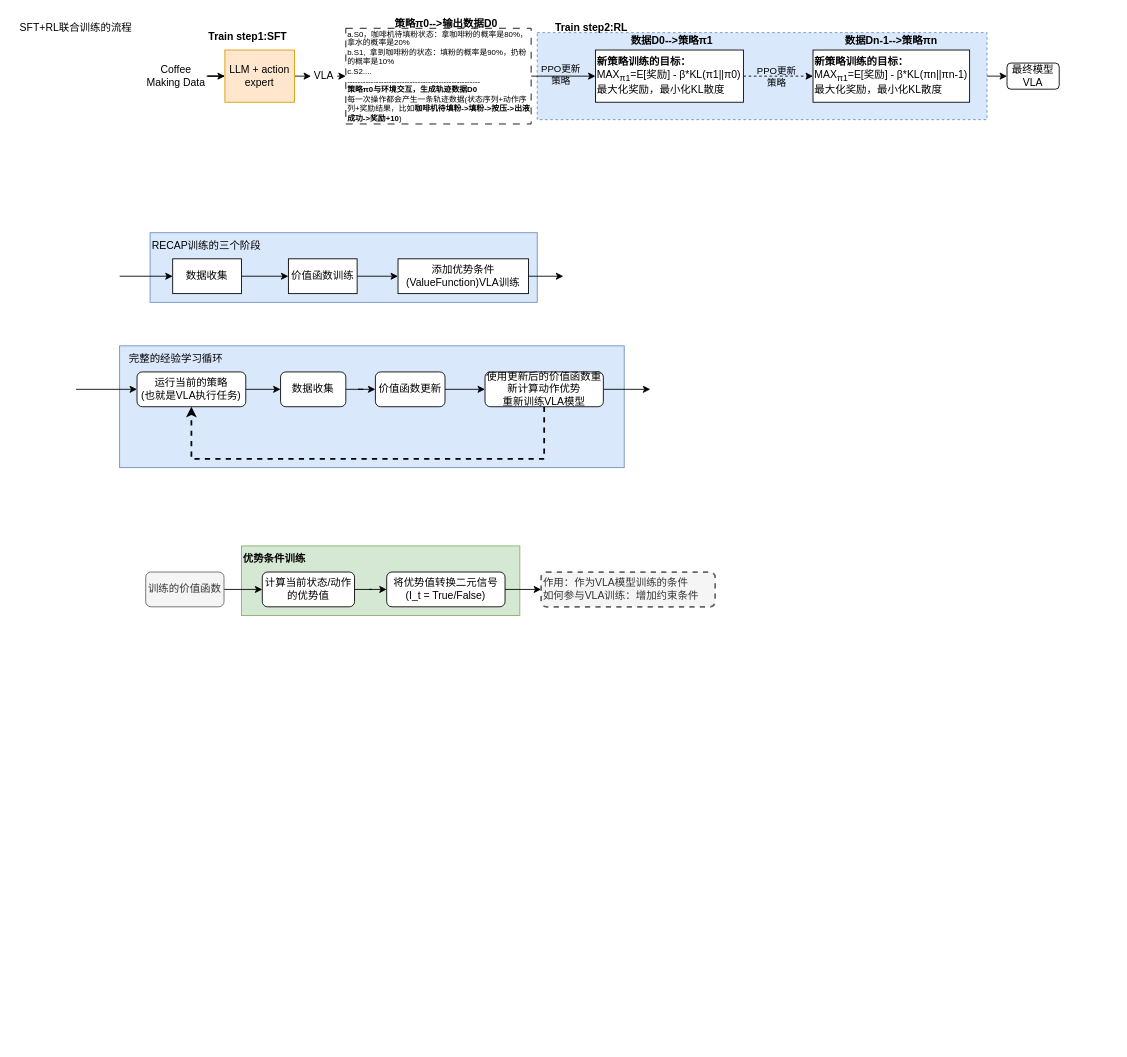
mailonghua/drawio keeps this draw.io diagram as LLM/VLA/π*0.6.drawio. Above is the earlier version. Source tidied: cells renumbered, new cells numbered last; positions are measured from the earlier drawing's top-left corner, leaving out a move shared by most shapes. Both pictures are drawn from the tidied source at 87%, with x=0, y=0 at pixel (15, 15).
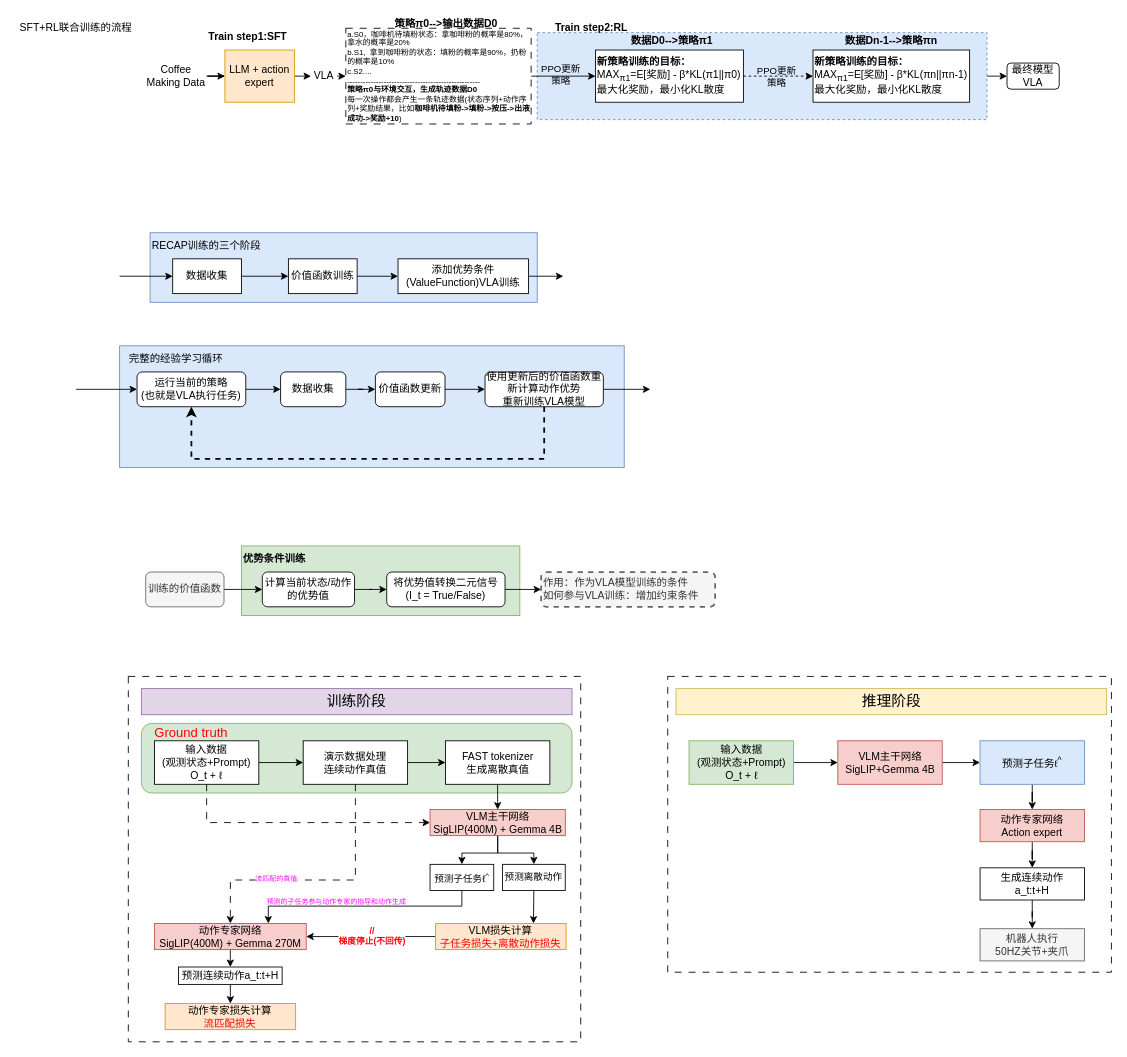
The same page after the edit.

Diff of the diagram source:
```diff
@@
+    <mxCell id="54" style="rounded=0;whiteSpace=wrap;html=1;dashed=1;dashPattern=8 8;" parent="1" vertex="1">
+      <mxGeometry x="750" y="760" width="510" height="340" as="geometry" />
+    </mxCell>
+    <mxCell id="55" style="rounded=0;whiteSpace=wrap;html=1;dashed=1;dashPattern=8 8;" parent="1" vertex="1">
+      <mxGeometry x="130" y="760" width="520" height="420" as="geometry" />
+    </mxCell>
+    <mxCell id="56" style="rounded=1;whiteSpace=wrap;html=1;fillColor=#d5e8d4;strokeColor=#82b366;" parent="1" vertex="1">
+      <mxGeometry x="145" y="814" width="495" height="80" as="geometry" />
+    </mxCell>
@@
+    <mxCell id="57" style="edgeStyle=orthogonalEdgeStyle;rounded=0;jettySize=auto;html=1;" parent="1" edge="1" source="59" target="63">
+      <mxGeometry relative="1" as="geometry" />
+    </mxCell>
+    <mxCell id="58" style="edgeStyle=orthogonalEdgeStyle;rounded=0;jettySize=auto;html=1;exitX=0.5;exitY=1;exitDx=0;exitDy=0;entryX=0;entryY=0.5;entryDx=0;entryDy=0;dashed=1;dashPattern=8 8;" parent="1" edge="1" source="59" target="68">
+      <mxGeometry relative="1" as="geometry" />
+    </mxCell>
+    <mxCell id="59" value="输入数据&lt;br&gt;(观测状态+Prompt)&lt;div&gt;O_t +&amp;nbsp;ℓ&lt;/div&gt;" style="rounded=0;whiteSpace=wrap;html=1;" parent="1" vertex="1">
+      <mxGeometry x="160" y="834" width="120" height="50" as="geometry" />
+    </mxCell>
+    <mxCell id="60" style="edgeStyle=orthogonalEdgeStyle;rounded=0;jettySize=auto;html=1;" parent="1" edge="1" source="63" target="65">
+      <mxGeometry relative="1" as="geometry" />
+    </mxCell>
+    <mxCell id="61" style="edgeStyle=orthogonalEdgeStyle;rounded=0;jettySize=auto;html=1;exitX=0.5;exitY=1;exitDx=0;exitDy=0;entryX=0.5;entryY=0;entryDx=0;entryDy=0;dashed=1;dashPattern=8 8;" parent="1" edge="1" source="63" target="78">
+      <mxGeometry relative="1" as="geometry">
+        <Array as="points">
+          <mxPoint x="391" y="994" />
+          <mxPoint x="247" y="994" />
+        </Array>
+      </mxGeometry>
+    </mxCell>
+    <mxCell id="62" value="流匹配的真值" style="edgeLabel;html=1;align=center;verticalAlign=middle;fontSize=8;fontColor=#FF00FF;" parent="61" vertex="1">
+      <mxGeometry x="0.33" y="-2" relative="1" as="geometry" />
+    </mxCell>
+    <mxCell id="63" value="演示数据处理&lt;br&gt;连续动作真值" style="rounded=0;whiteSpace=wrap;html=1;" parent="1" vertex="1">
+      <mxGeometry x="331" y="834" width="120" height="50" as="geometry" />
+    </mxCell>
+    <mxCell id="64" style="edgeStyle=orthogonalEdgeStyle;rounded=0;jettySize=auto;html=1;" parent="1" edge="1" source="65" target="68">
+      <mxGeometry relative="1" as="geometry" />
+    </mxCell>
+    <mxCell id="65" value="FAST tokenizer&lt;br&gt;生成离散真值" style="rounded=0;whiteSpace=wrap;html=1;" parent="1" vertex="1">
+      <mxGeometry x="494.5" y="834" width="120" height="50" as="geometry" />
+    </mxCell>
+    <mxCell id="66" style="edgeStyle=orthogonalEdgeStyle;rounded=0;jettySize=auto;html=1;exitX=0.5;exitY=1;exitDx=0;exitDy=0;entryX=0.5;entryY=0;entryDx=0;entryDy=0;" parent="1" edge="1" source="68" target="71">
+      <mxGeometry relative="1" as="geometry" />
+    </mxCell>
+    <mxCell id="67" style="edgeStyle=orthogonalEdgeStyle;rounded=0;jettySize=auto;html=1;exitX=0.5;exitY=1;exitDx=0;exitDy=0;entryX=0.5;entryY=0;entryDx=0;entryDy=0;" parent="1" edge="1" source="68" target="73">
+      <mxGeometry relative="1" as="geometry" />
+    </mxCell>
+    <mxCell id="68" value="VLM主干网络&lt;br&gt;SigLIP(400M) + Gemma 4B" style="rounded=0;whiteSpace=wrap;html=1;fillColor=#f8cecc;strokeColor=#b85450;" parent="1" vertex="1">
+      <mxGeometry x="476.8" y="913" width="155.5" height="30" as="geometry" />
+    </mxCell>
+    <mxCell id="69" value="Ground truth" style="text;html=1;whiteSpace=wrap;strokeColor=none;fillColor=none;align=center;verticalAlign=middle;rounded=0;fontSize=15;fontColor=#FF0000;" parent="1" vertex="1">
+      <mxGeometry x="155" y="814" width="95" height="20" as="geometry" />
+    </mxCell>
+    <mxCell id="70" style="edgeStyle=orthogonalEdgeStyle;rounded=0;jettySize=auto;html=1;exitX=0.5;exitY=1;exitDx=0;exitDy=0;entryX=0.75;entryY=0;entryDx=0;entryDy=0;" parent="1" edge="1" source="71" target="78">
+      <mxGeometry relative="1" as="geometry">
+        <Array as="points">
+          <mxPoint x="513" y="1024" />
+          <mxPoint x="290" y="1024" />
+          <mxPoint x="290" y="1044" />
+        </Array>
+      </mxGeometry>
+    </mxCell>
+    <mxCell id="71" value="预测子任务ℓ&lt;sup&gt;^&lt;/sup&gt;" style="rounded=0;whiteSpace=wrap;html=1;fontSize=11;" parent="1" vertex="1">
+      <mxGeometry x="476.8" y="976" width="73.2" height="30" as="geometry" />
+    </mxCell>
+    <mxCell id="72" style="edgeStyle=orthogonalEdgeStyle;rounded=0;jettySize=auto;html=1;exitX=0.5;exitY=1;exitDx=0;exitDy=0;entryX=0.75;entryY=0;entryDx=0;entryDy=0;" parent="1" edge="1" source="73" target="76">
+      <mxGeometry relative="1" as="geometry" />
+    </mxCell>
+    <mxCell id="73" value="预测离散动作" style="rounded=0;whiteSpace=wrap;html=1;fontSize=11;" parent="1" vertex="1">
+      <mxGeometry x="560" y="976" width="72.2" height="30" as="geometry" />
+    </mxCell>
+    <mxCell id="74" style="edgeStyle=orthogonalEdgeStyle;rounded=0;jettySize=auto;html=1;exitX=0;exitY=0.5;exitDx=0;exitDy=0;entryX=1;entryY=0.5;entryDx=0;entryDy=0;" parent="1" edge="1" source="76" target="78">
+      <mxGeometry relative="1" as="geometry" />
+    </mxCell>
+    <mxCell id="75" value="//&lt;div&gt;梯度停止(不回传)&lt;/div&gt;" style="edgeLabel;html=1;align=center;verticalAlign=middle;fontSize=10;fontStyle=1;fontColor=#FF0000;" parent="74" vertex="1">
+      <mxGeometry y="-2" relative="1" as="geometry" />
+    </mxCell>
+    <mxCell id="76" value="VLM损失计算&lt;br&gt;&lt;font style=&quot;color: rgb(255, 0, 0);&quot;&gt;子任务损失+离散动作损失&lt;/font&gt;" style="rounded=0;whiteSpace=wrap;html=1;fillColor=#ffe6cc;strokeColor=#d79b00;" parent="1" vertex="1">
+      <mxGeometry x="483.2" y="1044" width="150" height="30" as="geometry" />
+    </mxCell>
+    <mxCell id="77" style="edgeStyle=orthogonalEdgeStyle;rounded=0;jettySize=auto;html=1;exitX=0.5;exitY=1;exitDx=0;exitDy=0;entryX=0.5;entryY=0;entryDx=0;entryDy=0;" parent="1" edge="1" source="78" target="81">
+      <mxGeometry relative="1" as="geometry" />
+    </mxCell>
+    <mxCell id="78" value="动作专家网络&lt;div&gt;SigLIP(400M) + Gemma 270M&lt;/div&gt;" style="rounded=0;whiteSpace=wrap;html=1;fillColor=#f8cecc;strokeColor=#b85450;" parent="1" vertex="1">
+      <mxGeometry x="160" y="1044" width="174.5" height="30" as="geometry" />
+    </mxCell>
+    <mxCell id="79" value="预测的子任务参与动作专家的指导和动作生成" style="text;html=1;whiteSpace=wrap;strokeColor=none;fillColor=none;align=center;verticalAlign=middle;rounded=0;fontSize=8;fontColor=#FF00FF;" parent="1" vertex="1">
+      <mxGeometry x="287" y="1012" width="165" height="13" as="geometry" />
+    </mxCell>
+    <mxCell id="80" style="edgeStyle=orthogonalEdgeStyle;rounded=0;jettySize=auto;html=1;exitX=0.5;exitY=1;exitDx=0;exitDy=0;entryX=0.5;entryY=0;entryDx=0;entryDy=0;" parent="1" edge="1" source="81" target="82">
+      <mxGeometry relative="1" as="geometry" />
+    </mxCell>
+    <mxCell id="81" value="预测连续动作a_t:t+H" style="rounded=0;whiteSpace=wrap;html=1;" parent="1" vertex="1">
+      <mxGeometry x="187.7" y="1094" width="119.1" height="20" as="geometry" />
+    </mxCell>
+    <mxCell id="82" value="动作专家损失计算&lt;br&gt;&lt;font style=&quot;color: rgb(255, 0, 0);&quot;&gt;流匹配损失&lt;/font&gt;" style="rounded=0;whiteSpace=wrap;html=1;fillColor=#ffe6cc;strokeColor=#d79b00;" parent="1" vertex="1">
+      <mxGeometry x="172.3" y="1136" width="150" height="30" as="geometry" />
+    </mxCell>
+    <mxCell id="83" value="训练阶段" style="rounded=0;whiteSpace=wrap;html=1;fontSize=17;fillColor=#e1d5e7;strokeColor=#9673a6;" parent="1" vertex="1">
+      <mxGeometry x="145" y="774" width="495" height="30" as="geometry" />
+    </mxCell>
+    <mxCell id="84" style="edgeStyle=orthogonalEdgeStyle;rounded=0;jettySize=auto;html=1;" parent="1" edge="1" source="85" target="87">
+      <mxGeometry relative="1" as="geometry" />
+    </mxCell>
+    <mxCell id="85" value="输入数据&lt;br&gt;(观测状态+Prompt)&lt;div&gt;O_t +&amp;nbsp;ℓ&lt;/div&gt;" style="rounded=0;whiteSpace=wrap;html=1;fillColor=#d5e8d4;strokeColor=#82b366;" parent="1" vertex="1">
+      <mxGeometry x="774.5" y="834" width="120" height="50" as="geometry" />
+    </mxCell>
+    <mxCell id="86" style="edgeStyle=orthogonalEdgeStyle;rounded=0;jettySize=auto;html=1;" parent="1" edge="1" source="87" target="89">
+      <mxGeometry relative="1" as="geometry" />
+    </mxCell>
+    <mxCell id="87" value="VLM主干网络&lt;br&gt;SigLIP+Gemma 4B" style="rounded=0;whiteSpace=wrap;html=1;fillColor=#f8cecc;strokeColor=#b85450;" parent="1" vertex="1">
+      <mxGeometry x="945.5" y="834" width="120" height="50" as="geometry" />
+    </mxCell>
+    <mxCell id="88" style="edgeStyle=orthogonalEdgeStyle;rounded=0;jettySize=auto;html=1;" parent="1" edge="1" source="89" target="92">
+      <mxGeometry relative="1" as="geometry" />
+    </mxCell>
+    <mxCell id="89" value="预测子任务&lt;span style=&quot;font-size: 11px;&quot;&gt;ℓ&lt;/span&gt;&lt;sup&gt;^&lt;/sup&gt;" style="rounded=0;whiteSpace=wrap;html=1;fillColor=#dae8fc;strokeColor=#6c8ebf;" parent="1" vertex="1">
+      <mxGeometry x="1109" y="834" width="120" height="50" as="geometry" />
+    </mxCell>
+    <mxCell id="90" value="推理阶段" style="rounded=0;whiteSpace=wrap;html=1;fontSize=17;fillColor=#fff2cc;strokeColor=#d6b656;" parent="1" vertex="1">
+      <mxGeometry x="759.5" y="774" width="495" height="30" as="geometry" />
+    </mxCell>
+    <mxCell id="91" style="edgeStyle=orthogonalEdgeStyle;rounded=0;jettySize=auto;html=1;" parent="1" edge="1" source="92" target="94">
+      <mxGeometry relative="1" as="geometry" />
+    </mxCell>
+    <mxCell id="92" value="动作专家网络&lt;br&gt;Action expert" style="rounded=0;whiteSpace=wrap;html=1;fillColor=#f8cecc;strokeColor=#b85450;" parent="1" vertex="1">
+      <mxGeometry x="1109" y="913" width="120" height="37" as="geometry" />
+    </mxCell>
+    <mxCell id="93" style="edgeStyle=orthogonalEdgeStyle;rounded=0;jettySize=auto;html=1;" parent="1" edge="1" source="94" target="95">
+      <mxGeometry relative="1" as="geometry" />
+    </mxCell>
+    <mxCell id="94" value="生成连续动作&lt;br&gt;a_t:t+H" style="rounded=0;whiteSpace=wrap;html=1;" parent="1" vertex="1">
+      <mxGeometry x="1109" y="980" width="120" height="37" as="geometry" />
+    </mxCell>
+    <mxCell id="95" value="机器人执行&lt;br&gt;50HZ关节+夹爪" style="rounded=0;whiteSpace=wrap;html=1;fillColor=#f5f5f5;fontColor=#333333;strokeColor=#666666;" parent="1" vertex="1">
+      <mxGeometry x="1109" y="1050" width="120" height="37" as="geometry" />
+    </mxCell>
```
